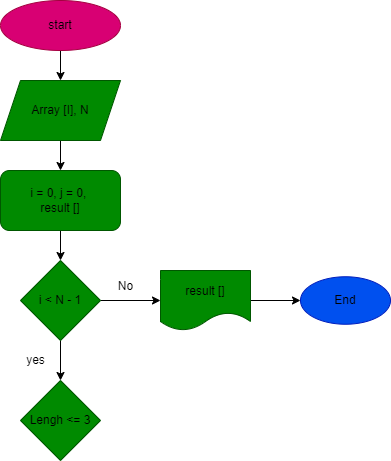
The draw.io diagram work/task/diagram.drawio.png in konstantin-kif/FinalWork, before a commit. Source tidied: cells renumbered, new cells last; positions are measured from the earlier drawing's top-left corner, leaving out a move shared by most shapes.
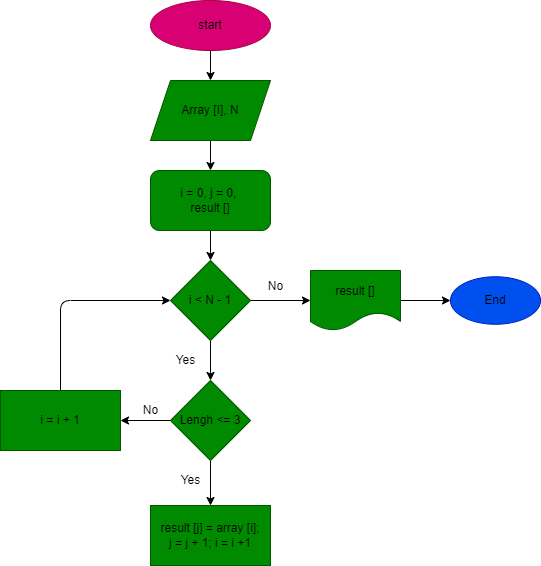
Above is the later version.

Change to the diagram source:
```diff
@@ -41,11 +41,36 @@
     <mxCell id="14" value="&lt;font color=&quot;#000000&quot;&gt;End&lt;/font&gt;" style="ellipse;whiteSpace=wrap;html=1;fontColor=#ffffff;fillColor=#0050ef;strokeColor=#001DBC;" parent="1" vertex="1">
       <mxGeometry x="300" y="276.2" width="90" height="47.5" as="geometry" />
     </mxCell>
+    <mxCell id="17" style="edgeStyle=none;html=1;fontColor=#000000;" parent="1" edge="1" source="15" target="19">
+      <mxGeometry relative="1" as="geometry" />
+    </mxCell>
+    <mxCell id="18" style="edgeStyle=none;html=1;fontColor=#000000;" parent="1" edge="1" source="15" target="22">
+      <mxGeometry relative="1" as="geometry" />
+    </mxCell>
     <mxCell id="15" value="&lt;font color=&quot;#000000&quot;&gt;Lengh &amp;lt;= 3&lt;/font&gt;" style="rhombus;whiteSpace=wrap;html=1;fontColor=#ffffff;fillColor=#008a00;strokeColor=#005700;" parent="1" vertex="1">
       <mxGeometry x="20" y="380" width="80" height="80" as="geometry" />
     </mxCell>
-    <mxCell id="16" value="yes" style="text;html=1;align=center;verticalAlign=middle;strokeColor=none;fillColor=none;fontColor=#000000;" parent="1" vertex="1">
-      <mxGeometry x="20" y="350" width="30" height="20" as="geometry" />
+    <mxCell id="16" value="Yes" style="text;html=1;align=center;verticalAlign=middle;strokeColor=none;fillColor=none;fontColor=#000000;" parent="1" vertex="1">
+      <mxGeometry x="15" y="350" width="40" height="20" as="geometry" />
     </mxCell>
+    <mxCell id="19" value="&lt;font color=&quot;#000000&quot;&gt;result [j] = array [i];&lt;br&gt;j = j + 1; i = i +1&lt;br&gt;&lt;/font&gt;" style="rounded=0;whiteSpace=wrap;html=1;fontColor=#ffffff;fillColor=#008a00;strokeColor=#005700;" parent="1" vertex="1">
+      <mxGeometry y="505" width="120" height="60" as="geometry" />
+    </mxCell>
+    <mxCell id="20" value="Yes" style="text;html=1;align=center;verticalAlign=middle;strokeColor=none;fillColor=none;fontColor=#000000;" parent="1" vertex="1">
+      <mxGeometry x="20" y="470" width="40" height="20" as="geometry" />
+    </mxCell>
+    <mxCell id="21" style="edgeStyle=none;html=1;fontColor=#000000;entryX=0;entryY=0.5;entryDx=0;entryDy=0;" parent="1" edge="1" source="22" target="10">
+      <mxGeometry relative="1" as="geometry">
+        <Array as="points">
+          <mxPoint x="-90" y="300" />
+        </Array>
+      </mxGeometry>
+    </mxCell>
+    <mxCell id="22" value="i = i + 1" style="rounded=0;whiteSpace=wrap;html=1;fontColor=#000000;fillColor=#008a00;strokeColor=#005700;" parent="1" vertex="1">
+      <mxGeometry x="-150" y="390" width="120" height="60" as="geometry" />
+    </mxCell>
+    <mxCell id="23" value="No" style="text;html=1;align=center;verticalAlign=middle;strokeColor=none;fillColor=none;fontColor=#000000;" parent="1" vertex="1">
+      <mxGeometry x="-15" y="400" width="30" height="20" as="geometry" />
+    </mxCell>
   </root>
 </mxGraphModel>
```
